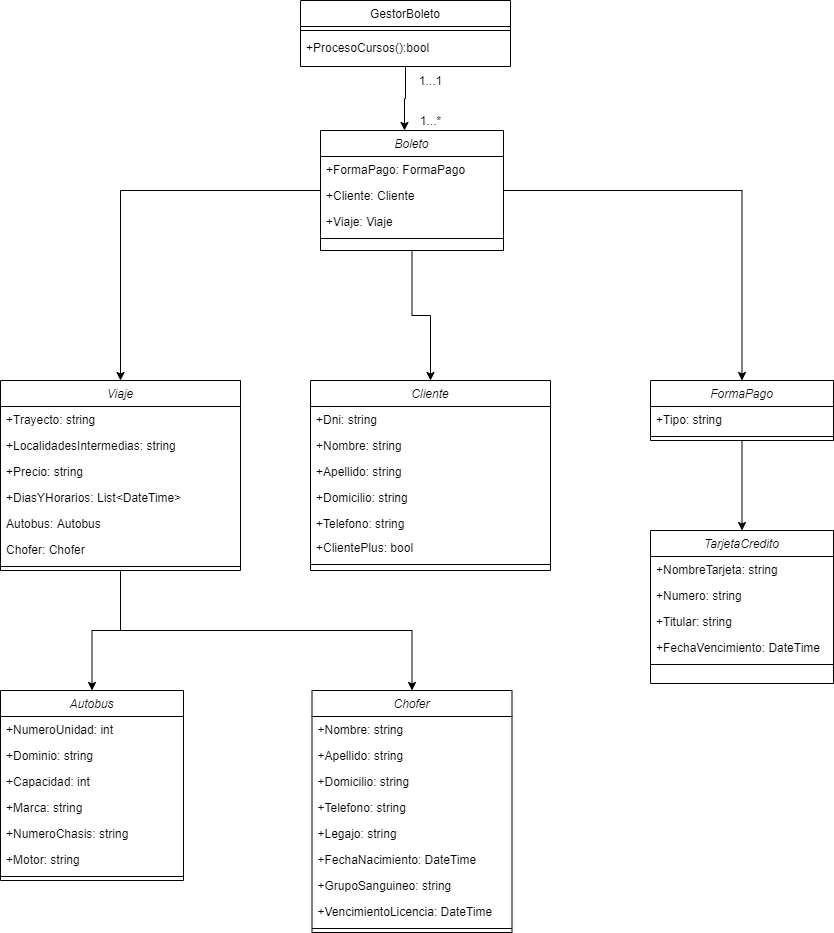
The draw.io diagram DiagramaDeClases.png in viru99d/Tp5, before a commit. Source tidied: cells renumbered, new cells last; positions are measured from the earlier drawing's top-left corner, leaving out a move shared by most shapes. Its diagram source:
```xml
<mxGraphModel>
  <root>
    <mxCell id="0" />
    <mxCell id="1" parent="0" />
    <mxCell id="2" style="edgeStyle=orthogonalEdgeStyle;rounded=0;jettySize=auto;html=1;entryX=0.459;entryY=0;entryDx=0;entryDy=0;entryPerimeter=0;" parent="1" edge="1" source="3" target="9">
      <mxGeometry relative="1" as="geometry" />
    </mxCell>
    <mxCell id="3" value="GestorBoleto" style="swimlane;fontStyle=0;align=center;verticalAlign=top;horizontal=1;startSize=26;rounded=0;shadow=0;strokeWidth=1;" parent="1" vertex="1">
      <mxGeometry x="300" width="210" height="66" as="geometry" />
    </mxCell>
    <mxCell id="4" style="line;html=1;strokeWidth=1;align=left;verticalAlign=middle;spacingTop=-1;spacingLeft=3;spacingRight=3;labelPosition=right;" parent="3" vertex="1">
      <mxGeometry y="26" width="210" height="8" as="geometry" />
    </mxCell>
    <mxCell id="5" value="+ProcesoCursos():bool" style="text;align=left;verticalAlign=top;spacingLeft=4;spacingRight=4;overflow=hidden;" parent="3" vertex="1">
      <mxGeometry y="34" width="210" height="26" as="geometry" />
    </mxCell>
    <mxCell id="6" style="edgeStyle=orthogonalEdgeStyle;rounded=0;jettySize=auto;html=1;entryX=0.5;entryY=0;entryDx=0;entryDy=0;" parent="1" edge="1" source="9" target="44">
      <mxGeometry relative="1" as="geometry" />
    </mxCell>
    <mxCell id="7" style="edgeStyle=orthogonalEdgeStyle;rounded=0;jettySize=auto;html=1;entryX=0.5;entryY=0;entryDx=0;entryDy=0;" parent="1" edge="1" source="9" target="36">
      <mxGeometry relative="1" as="geometry" />
    </mxCell>
    <mxCell id="8" style="edgeStyle=orthogonalEdgeStyle;rounded=0;jettySize=auto;html=1;" parent="1" edge="1" source="9" target="53">
      <mxGeometry relative="1" as="geometry" />
    </mxCell>
    <mxCell id="9" value="Boleto" style="swimlane;fontStyle=2;align=center;verticalAlign=top;horizontal=1;startSize=26;rounded=0;shadow=0;strokeWidth=1;" parent="1" vertex="1">
      <mxGeometry x="320" y="130" width="183" height="120" as="geometry" />
    </mxCell>
    <mxCell id="10" value="+FormaPago: FormaPago" style="text;align=left;verticalAlign=top;spacingLeft=4;spacingRight=4;overflow=hidden;rounded=0;shadow=0;html=0;" parent="9" vertex="1">
      <mxGeometry y="26" width="183" height="26" as="geometry" />
    </mxCell>
    <mxCell id="11" value="+Cliente: Cliente" style="text;align=left;verticalAlign=top;spacingLeft=4;spacingRight=4;overflow=hidden;rounded=0;shadow=0;html=0;" parent="9" vertex="1">
      <mxGeometry y="52" width="183" height="26" as="geometry" />
    </mxCell>
    <mxCell id="12" value="+Viaje: Viaje" style="text;align=left;verticalAlign=top;spacingLeft=4;spacingRight=4;overflow=hidden;rounded=0;shadow=0;html=0;" parent="9" vertex="1">
      <mxGeometry y="78" width="183" height="26" as="geometry" />
    </mxCell>
    <mxCell id="13" style="line;html=1;strokeWidth=1;align=left;verticalAlign=middle;spacingTop=-1;spacingLeft=3;spacingRight=3;labelPosition=right;" parent="9" vertex="1">
      <mxGeometry y="104" width="183" height="8" as="geometry" />
    </mxCell>
    <mxCell id="14" value="1...*" style="text;html=1;align=center;verticalAlign=middle;" parent="1" vertex="1">
      <mxGeometry x="410" y="110" width="40" height="20" as="geometry" />
    </mxCell>
    <mxCell id="15" value="1...1" style="text;html=1;align=center;verticalAlign=middle;" parent="1" vertex="1">
      <mxGeometry x="410" y="70" width="40" height="20" as="geometry" />
    </mxCell>
    <mxCell id="16" value="Chofer" style="swimlane;fontStyle=2;align=center;verticalAlign=top;horizontal=1;startSize=26;rounded=0;shadow=0;strokeWidth=1;" parent="1" vertex="1">
      <mxGeometry x="311.5" y="690" width="200" height="242" as="geometry" />
    </mxCell>
    <mxCell id="17" value="+Nombre: string" style="text;align=left;verticalAlign=top;spacingLeft=4;spacingRight=4;overflow=hidden;" parent="16" vertex="1">
      <mxGeometry y="26" width="200" height="26" as="geometry" />
    </mxCell>
    <mxCell id="18" value="+Apellido: string" style="text;align=left;verticalAlign=top;spacingLeft=4;spacingRight=4;overflow=hidden;rounded=0;shadow=0;html=0;" parent="16" vertex="1">
      <mxGeometry y="52" width="200" height="26" as="geometry" />
    </mxCell>
    <mxCell id="19" value="+Domicilio: string" style="text;align=left;verticalAlign=top;spacingLeft=4;spacingRight=4;overflow=hidden;rounded=0;shadow=0;html=0;" parent="16" vertex="1">
      <mxGeometry y="78" width="200" height="26" as="geometry" />
    </mxCell>
    <mxCell id="20" value="+Telefono: string" style="text;align=left;verticalAlign=top;spacingLeft=4;spacingRight=4;overflow=hidden;rounded=0;shadow=0;html=0;" parent="16" vertex="1">
      <mxGeometry y="104" width="200" height="26" as="geometry" />
    </mxCell>
    <mxCell id="21" value="+Legajo: string" style="text;align=left;verticalAlign=top;spacingLeft=4;spacingRight=4;overflow=hidden;rounded=0;shadow=0;html=0;" parent="16" vertex="1">
      <mxGeometry y="130" width="200" height="26" as="geometry" />
    </mxCell>
    <mxCell id="22" value="+FechaNacimiento: DateTime" style="text;align=left;verticalAlign=top;spacingLeft=4;spacingRight=4;overflow=hidden;rounded=0;shadow=0;html=0;" parent="16" vertex="1">
      <mxGeometry y="156" width="200" height="26" as="geometry" />
    </mxCell>
    <mxCell id="23" value="+GrupoSanguineo: string" style="text;align=left;verticalAlign=top;spacingLeft=4;spacingRight=4;overflow=hidden;rounded=0;shadow=0;html=0;" parent="16" vertex="1">
      <mxGeometry y="182" width="200" height="26" as="geometry" />
    </mxCell>
    <mxCell id="24" value="+VencimientoLicencia: DateTime" style="text;align=left;verticalAlign=top;spacingLeft=4;spacingRight=4;overflow=hidden;rounded=0;shadow=0;html=0;" parent="16" vertex="1">
      <mxGeometry y="208" width="200" height="26" as="geometry" />
    </mxCell>
    <mxCell id="25" style="line;html=1;strokeWidth=1;align=left;verticalAlign=middle;spacingTop=-1;spacingLeft=3;spacingRight=3;labelPosition=right;" parent="16" vertex="1">
      <mxGeometry y="234" width="200" height="8" as="geometry" />
    </mxCell>
    <mxCell id="26" value="Autobus" style="swimlane;fontStyle=2;align=center;verticalAlign=top;horizontal=1;startSize=26;rounded=0;shadow=0;strokeWidth=1;" parent="1" vertex="1">
      <mxGeometry y="690" width="183" height="190" as="geometry" />
    </mxCell>
    <mxCell id="27" value="+NumeroUnidad: int" style="text;align=left;verticalAlign=top;spacingLeft=4;spacingRight=4;overflow=hidden;" parent="26" vertex="1">
      <mxGeometry y="26" width="183" height="26" as="geometry" />
    </mxCell>
    <mxCell id="28" value="+Dominio: string" style="text;align=left;verticalAlign=top;spacingLeft=4;spacingRight=4;overflow=hidden;rounded=0;shadow=0;html=0;" parent="26" vertex="1">
      <mxGeometry y="52" width="183" height="26" as="geometry" />
    </mxCell>
    <mxCell id="29" value="+Capacidad: int" style="text;align=left;verticalAlign=top;spacingLeft=4;spacingRight=4;overflow=hidden;rounded=0;shadow=0;html=0;" parent="26" vertex="1">
      <mxGeometry y="78" width="183" height="26" as="geometry" />
    </mxCell>
    <mxCell id="30" value="+Marca: string" style="text;align=left;verticalAlign=top;spacingLeft=4;spacingRight=4;overflow=hidden;rounded=0;shadow=0;html=0;" parent="26" vertex="1">
      <mxGeometry y="104" width="183" height="26" as="geometry" />
    </mxCell>
    <mxCell id="31" value="+NumeroChasis: string" style="text;align=left;verticalAlign=top;spacingLeft=4;spacingRight=4;overflow=hidden;rounded=0;shadow=0;html=0;" parent="26" vertex="1">
      <mxGeometry y="130" width="183" height="26" as="geometry" />
    </mxCell>
    <mxCell id="32" value="+Motor: string" style="text;align=left;verticalAlign=top;spacingLeft=4;spacingRight=4;overflow=hidden;rounded=0;shadow=0;html=0;" parent="26" vertex="1">
      <mxGeometry y="156" width="183" height="26" as="geometry" />
    </mxCell>
    <mxCell id="33" style="line;html=1;strokeWidth=1;align=left;verticalAlign=middle;spacingTop=-1;spacingLeft=3;spacingRight=3;labelPosition=right;" parent="26" vertex="1">
      <mxGeometry y="182" width="183" height="8" as="geometry" />
    </mxCell>
    <mxCell id="34" style="edgeStyle=orthogonalEdgeStyle;rounded=0;jettySize=auto;html=1;" parent="1" edge="1" source="36" target="26">
      <mxGeometry relative="1" as="geometry" />
    </mxCell>
    <mxCell id="35" style="edgeStyle=orthogonalEdgeStyle;rounded=0;jettySize=auto;html=1;entryX=0.5;entryY=0;entryDx=0;entryDy=0;" parent="1" edge="1" source="36" target="16">
      <mxGeometry relative="1" as="geometry">
        <Array as="points">
          <mxPoint x="120" y="630" />
          <mxPoint x="412" y="630" />
        </Array>
      </mxGeometry>
    </mxCell>
    <mxCell id="36" value="Viaje" style="swimlane;fontStyle=2;align=center;verticalAlign=top;horizontal=1;startSize=26;rounded=0;shadow=0;strokeWidth=1;" parent="1" vertex="1">
      <mxGeometry y="380" width="240" height="190" as="geometry" />
    </mxCell>
    <mxCell id="37" value="+Trayecto: string" style="text;align=left;verticalAlign=top;spacingLeft=4;spacingRight=4;overflow=hidden;" parent="36" vertex="1">
      <mxGeometry y="26" width="240" height="26" as="geometry" />
    </mxCell>
    <mxCell id="38" value="+LocalidadesIntermedias: string" style="text;align=left;verticalAlign=top;spacingLeft=4;spacingRight=4;overflow=hidden;rounded=0;shadow=0;html=0;" parent="36" vertex="1">
      <mxGeometry y="52" width="240" height="26" as="geometry" />
    </mxCell>
    <mxCell id="39" value="+Precio: string" style="text;align=left;verticalAlign=top;spacingLeft=4;spacingRight=4;overflow=hidden;rounded=0;shadow=0;html=0;" parent="36" vertex="1">
      <mxGeometry y="78" width="240" height="26" as="geometry" />
    </mxCell>
    <mxCell id="40" value="+DiasYHorarios: List&lt;DateTime&gt;" style="text;align=left;verticalAlign=top;spacingLeft=4;spacingRight=4;overflow=hidden;rounded=0;shadow=0;html=0;" parent="36" vertex="1">
      <mxGeometry y="104" width="240" height="26" as="geometry" />
    </mxCell>
    <mxCell id="41" value="Autobus: Autobus" style="text;align=left;verticalAlign=top;spacingLeft=4;spacingRight=4;overflow=hidden;rounded=0;shadow=0;html=0;" parent="36" vertex="1">
      <mxGeometry y="130" width="240" height="26" as="geometry" />
    </mxCell>
    <mxCell id="42" value="Chofer: Chofer" style="text;align=left;verticalAlign=top;spacingLeft=4;spacingRight=4;overflow=hidden;rounded=0;shadow=0;html=0;" parent="36" vertex="1">
      <mxGeometry y="156" width="240" height="26" as="geometry" />
    </mxCell>
    <mxCell id="43" style="line;html=1;strokeWidth=1;align=left;verticalAlign=middle;spacingTop=-1;spacingLeft=3;spacingRight=3;labelPosition=right;" parent="36" vertex="1">
      <mxGeometry y="182" width="240" height="8" as="geometry" />
    </mxCell>
    <mxCell id="44" value="Cliente" style="swimlane;fontStyle=2;align=center;verticalAlign=top;horizontal=1;startSize=26;rounded=0;shadow=0;strokeWidth=1;" parent="1" vertex="1">
      <mxGeometry x="310" y="380" width="240" height="190" as="geometry" />
    </mxCell>
    <mxCell id="45" value="+Dni: string" style="text;align=left;verticalAlign=top;spacingLeft=4;spacingRight=4;overflow=hidden;" parent="44" vertex="1">
      <mxGeometry y="26" width="240" height="26" as="geometry" />
    </mxCell>
    <mxCell id="46" value="+Nombre: string" style="text;align=left;verticalAlign=top;spacingLeft=4;spacingRight=4;overflow=hidden;" parent="44" vertex="1">
      <mxGeometry y="52" width="240" height="26" as="geometry" />
    </mxCell>
    <mxCell id="47" value="+Apellido: string" style="text;align=left;verticalAlign=top;spacingLeft=4;spacingRight=4;overflow=hidden;" parent="44" vertex="1">
      <mxGeometry y="78" width="240" height="26" as="geometry" />
    </mxCell>
    <mxCell id="48" value="+Domicilio: string" style="text;align=left;verticalAlign=top;spacingLeft=4;spacingRight=4;overflow=hidden;rounded=0;shadow=0;html=0;" parent="44" vertex="1">
      <mxGeometry y="104" width="240" height="26" as="geometry" />
    </mxCell>
    <mxCell id="49" value="+Telefono: string" style="text;align=left;verticalAlign=top;spacingLeft=4;spacingRight=4;overflow=hidden;rounded=0;shadow=0;html=0;" parent="44" vertex="1">
      <mxGeometry y="130" width="240" height="24" as="geometry" />
    </mxCell>
    <mxCell id="50" value="+ClientePlus: bool" style="text;align=left;verticalAlign=top;spacingLeft=4;spacingRight=4;overflow=hidden;rounded=0;shadow=0;html=0;" parent="44" vertex="1">
      <mxGeometry y="154" width="240" height="26" as="geometry" />
    </mxCell>
    <mxCell id="51" style="line;html=1;strokeWidth=1;align=left;verticalAlign=middle;spacingTop=-1;spacingLeft=3;spacingRight=3;labelPosition=right;" parent="44" vertex="1">
      <mxGeometry y="180" width="240" height="8" as="geometry" />
    </mxCell>
    <mxCell id="52" style="edgeStyle=orthogonalEdgeStyle;rounded=0;jettySize=auto;html=1;entryX=0.5;entryY=0;entryDx=0;entryDy=0;" parent="1" edge="1" source="53" target="56">
      <mxGeometry relative="1" as="geometry" />
    </mxCell>
    <mxCell id="53" value="FormaPago" style="swimlane;fontStyle=2;align=center;verticalAlign=top;horizontal=1;startSize=26;rounded=0;shadow=0;strokeWidth=1;" parent="1" vertex="1">
      <mxGeometry x="650" y="380" width="183" height="60" as="geometry" />
    </mxCell>
    <mxCell id="54" value="+Tipo: string" style="text;align=left;verticalAlign=top;spacingLeft=4;spacingRight=4;overflow=hidden;rounded=0;shadow=0;html=0;" parent="53" vertex="1">
      <mxGeometry y="26" width="183" height="26" as="geometry" />
    </mxCell>
    <mxCell id="55" style="line;html=1;strokeWidth=1;align=left;verticalAlign=middle;spacingTop=-1;spacingLeft=3;spacingRight=3;labelPosition=right;" parent="53" vertex="1">
      <mxGeometry y="52" width="183" height="8" as="geometry" />
    </mxCell>
    <mxCell id="56" value="TarjetaCredito" style="swimlane;fontStyle=2;align=center;verticalAlign=top;horizontal=1;startSize=26;rounded=0;shadow=0;strokeWidth=1;" parent="1" vertex="1">
      <mxGeometry x="650" y="530" width="183" height="153" as="geometry" />
    </mxCell>
    <mxCell id="57" value="+NombreTarjeta: string" style="text;align=left;verticalAlign=top;spacingLeft=4;spacingRight=4;overflow=hidden;" parent="56" vertex="1">
      <mxGeometry y="26" width="183" height="26" as="geometry" />
    </mxCell>
    <mxCell id="58" value="+Numero: string" style="text;align=left;verticalAlign=top;spacingLeft=4;spacingRight=4;overflow=hidden;rounded=0;shadow=0;html=0;" parent="56" vertex="1">
      <mxGeometry y="52" width="183" height="26" as="geometry" />
    </mxCell>
    <mxCell id="59" value="+Titular: string" style="text;align=left;verticalAlign=top;spacingLeft=4;spacingRight=4;overflow=hidden;rounded=0;shadow=0;html=0;" parent="56" vertex="1">
      <mxGeometry y="78" width="183" height="26" as="geometry" />
    </mxCell>
    <mxCell id="60" value="+FechaVencimiento: DateTime" style="text;align=left;verticalAlign=top;spacingLeft=4;spacingRight=4;overflow=hidden;rounded=0;shadow=0;html=0;" parent="56" vertex="1">
      <mxGeometry y="104" width="183" height="26" as="geometry" />
    </mxCell>
    <mxCell id="61" style="line;html=1;strokeWidth=1;align=left;verticalAlign=middle;spacingTop=-1;spacingLeft=3;spacingRight=3;labelPosition=right;" parent="56" vertex="1">
      <mxGeometry y="130" width="183" height="8" as="geometry" />
    </mxCell>
  </root>
</mxGraphModel>
```
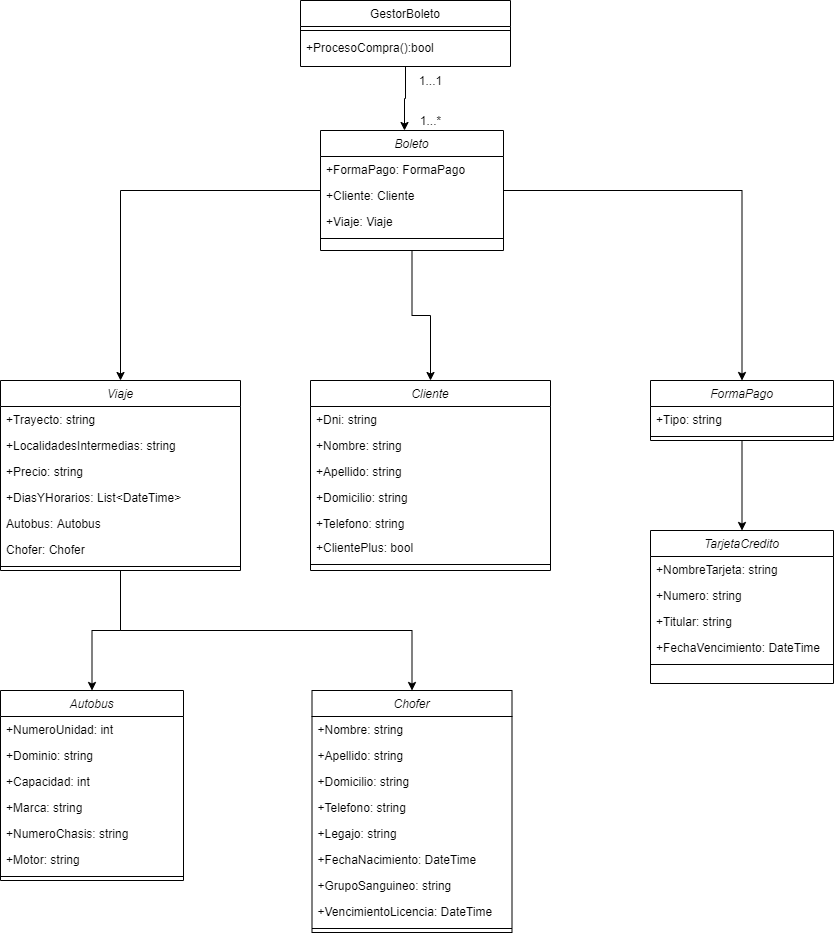
The same diagram one commit later.

The edit, as a diff of the source:
```diff
@@ -11,7 +11,7 @@
     <mxCell id="4" style="line;html=1;strokeWidth=1;align=left;verticalAlign=middle;spacingTop=-1;spacingLeft=3;spacingRight=3;labelPosition=right;" parent="3" vertex="1">
       <mxGeometry y="26" width="210" height="8" as="geometry" />
     </mxCell>
-    <mxCell id="5" value="+ProcesoCursos():bool" style="text;align=left;verticalAlign=top;spacingLeft=4;spacingRight=4;overflow=hidden;" parent="3" vertex="1">
+    <mxCell id="5" value="+ProcesoCompra():bool" style="text;align=left;verticalAlign=top;spacingLeft=4;spacingRight=4;overflow=hidden;" parent="3" vertex="1">
       <mxGeometry y="34" width="210" height="26" as="geometry" />
     </mxCell>
     <mxCell id="6" style="edgeStyle=orthogonalEdgeStyle;rounded=0;jettySize=auto;html=1;entryX=0.5;entryY=0;entryDx=0;entryDy=0;" parent="1" edge="1" source="9" target="44">
```
